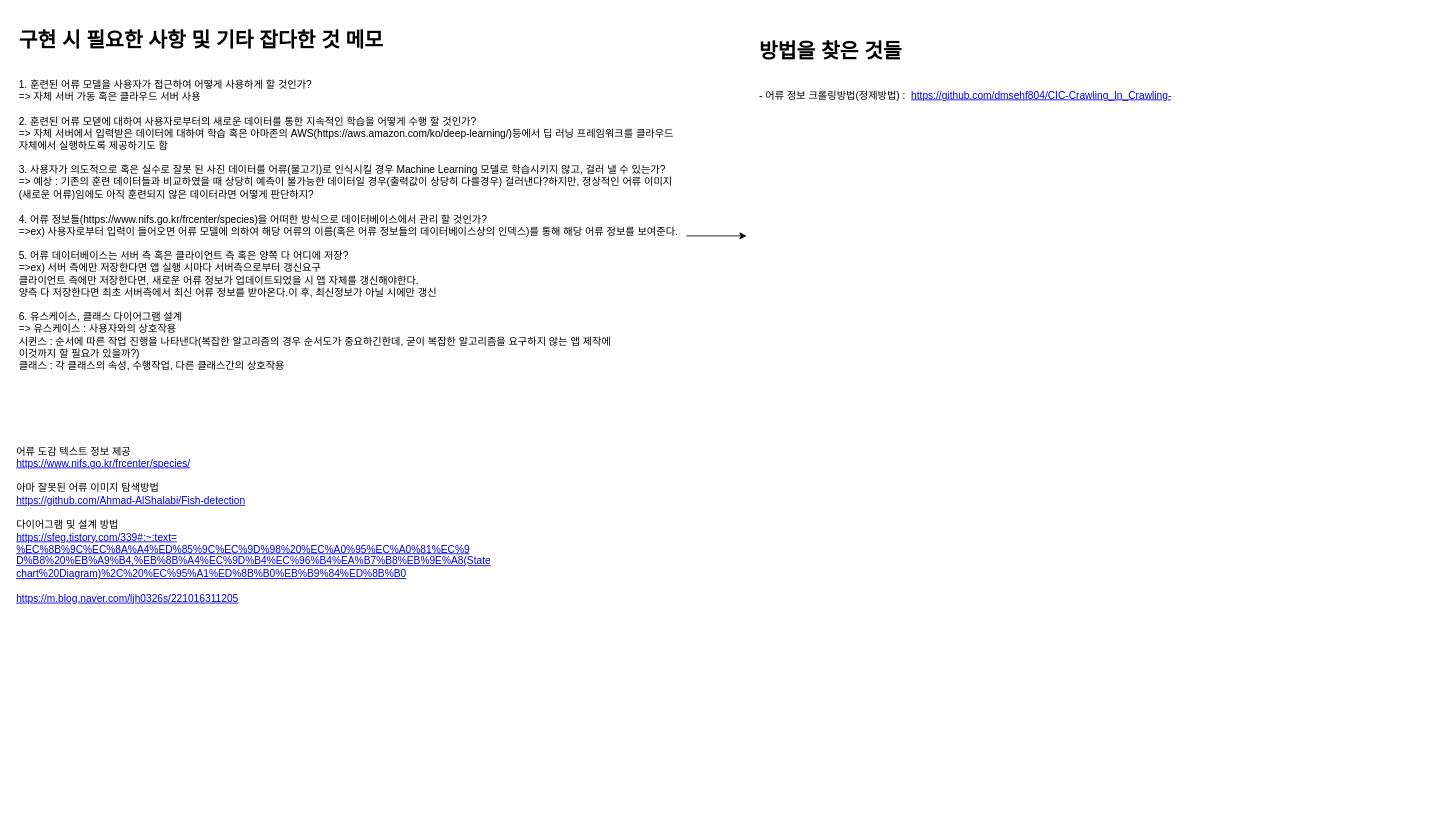
The draw.io diagram page "메모" (1 of 5) of 설계/설계.drawio in 2021-KNU-Capstone-Team1/FishDic, before the edit. Source tidied: cells renumbered, new cells numbered last; positions are measured from the earlier drawing's top-left corner, leaving out a move shared by most shapes. Both pictures are drawn from the tidied source at 85%, with x=0, y=0 at pixel (14, 23).
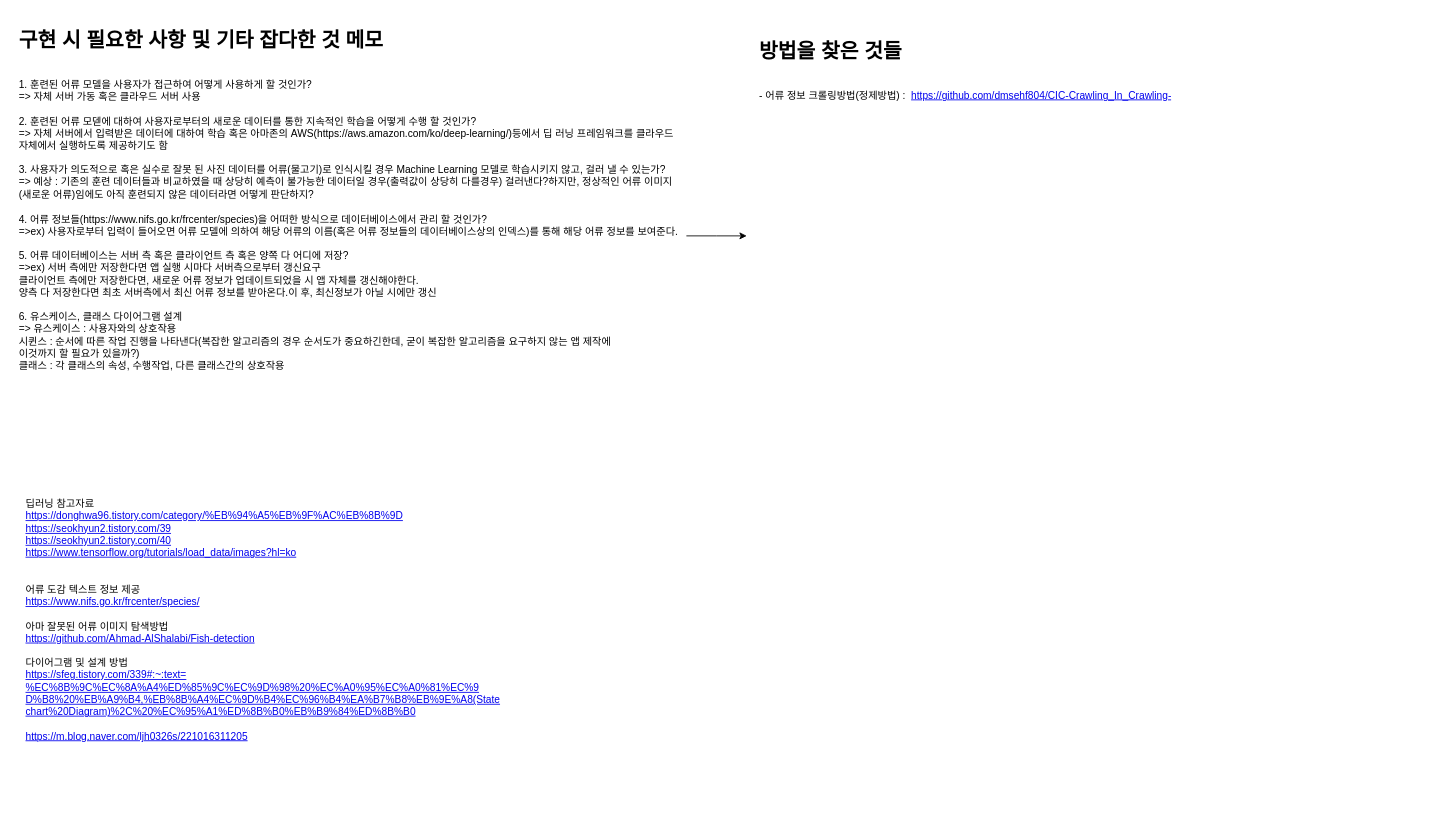
The same page after the edit.

Change to the diagram source:
```diff
@@
 <mxGraphModel>
   <root>
     <mxCell id="0" />
     <mxCell id="1" parent="0" />
     <mxCell id="2" style="edgeStyle=orthogonalEdgeStyle;rounded=0;jettySize=auto;html=1;" parent="1" edge="1" source="3">
       <mxGeometry relative="1" as="geometry">
         <mxPoint x="861" y="250" as="targetPoint" />
       </mxGeometry>
     </mxCell>
     <mxCell id="3" value="&lt;h1&gt;구현 시 필요한 사항 및 기타 잡다한 것 메모&lt;/h1&gt;&lt;div&gt;&lt;br&gt;&lt;/div&gt;&lt;div&gt;1. 훈련된 어류 모델을 사용자가 접근하여 어떻게 사용하게 할 것인가?&lt;/div&gt;&lt;div&gt;=&amp;gt; 자체 서버 가동 혹은 클라우드 서버 사용&lt;/div&gt;&lt;div&gt;&lt;br&gt;&lt;/div&gt;&lt;div&gt;2. 훈련된 어류 모덷에 대하여 사용자로부터의 새로운 데이터를 통한 지속적인 학습을 어떻게 수행 할 것인가?&lt;/div&gt;&lt;div&gt;=&amp;gt; 자체 서버에서 입력받은 데이터에 대하여 학습 혹은 아마존의 AWS(https://aws.amazon.com/ko/deep-learning/)등에서 딥 러닝 프레임워크를 클라우드 자체에서 실행하도록 제공하기도 함&lt;/div&gt;&lt;div&gt;&lt;br&gt;&lt;/div&gt;&lt;div&gt;3. 사용자가 의도적으로 혹은 실수로 잘못 된 사진 데이터를 어류(물고기)로 인식시킬 경우 Machine Learning 모델로 학습시키지 않고, 걸러 낼 수 있는가?&lt;/div&gt;&lt;div&gt;=&amp;gt; 예상 : 기존의 훈련 데이터들과 비교하였을 때 상당히 예측이 불가능한 데이터일 경우(출력값이 상당히 다를경우) 걸러낸다?하지만, 정상적인 어류 이미지(새로운 어류)임에도 아직 훈련되지 않은 데이터라면 어떻게 판단하지?&lt;/div&gt;&lt;div&gt;&lt;br&gt;&lt;/div&gt;&lt;div&gt;4. 어류 정보들(https://www.nifs.go.kr/frcenter/species)을 어떠한 방식으로 데이터베이스에서 관리 할 것인가?&lt;/div&gt;&lt;div&gt;=&amp;gt;ex) 사용자로부터 입력이 들어오면 어류 모델에 의하여 해당 어류의 이름(혹은 어류 정보들의 데이터베이스상의 인덱스)를 통해 해당 어류 정보를 보여준다.&lt;/div&gt;&lt;div&gt;&lt;br&gt;&lt;/div&gt;&lt;div&gt;5. 어류 데이터베이스는 서버 측 혹은 클라이언트 측 혹은 양쪽 다 어디에 저장?&lt;/div&gt;&lt;div&gt;=&amp;gt;ex) 서버 측에만 저장한다면 앱 실행 시마다 서버측으로부터 갱신요구&lt;/div&gt;&lt;div&gt;클라이언트 측에만 저장한다면, 새로운 어류 정보가 업데이트되었을 시 앱 자체를 갱신해야한다.&lt;/div&gt;&lt;div&gt;양측 다 저장한다면 최초 서버측에서 최신 어류 정보를 받아온다.이 후, 최신정보가 아닐 시에만 갱신&lt;/div&gt;&lt;div&gt;&lt;br&gt;&lt;/div&gt;&lt;div&gt;6. 유스케이스, 클래스 다이어그램 설계&lt;/div&gt;&lt;div&gt;=&amp;gt; 유스케이스 : 사용자와의 상호작용&lt;/div&gt;&lt;div&gt;시퀸스 : 순서에 따른 작업 진행을 나타낸다(복잡한 알고리즘의 경우 순서도가 중요하긴한데, 굳이 복잡한 알고리즘을 요구하지 않는 앱 제작에&amp;nbsp;&lt;/div&gt;&lt;div&gt;이것까지 할 필요가 있을까?)&lt;/div&gt;&lt;div&gt;클래스 : 각 클래스의 속성, 수행작업, 다른 클래스간의 상호작용&lt;/div&gt;" style="text;html=1;strokeColor=none;fillColor=none;spacing=5;spacingTop=-20;whiteSpace=wrap;overflow=hidden;rounded=0;align=left;" parent="1" vertex="1">
       <mxGeometry width="790" height="500" as="geometry" />
     </mxCell>
-    <mxCell id="4" value="&lt;span&gt;어류 도감 텍스트 정보 제공&lt;/span&gt;&lt;br&gt;&lt;a href=&quot;https://www.nifs.go.kr/frcenter/species/&quot;&gt;https://www.nifs.go.kr/frcenter/species/&lt;/a&gt;&lt;br&gt;&lt;br&gt;&lt;span&gt;아마 잘못된 어류 이미지 탐색방법&lt;/span&gt;&lt;br&gt;&lt;a href=&quot;https://github.com/Ahmad-AlShalabi/Fish-detection&quot;&gt;https://github.com/Ahmad-AlShalabi/Fish-detection&lt;/a&gt;&lt;br&gt;&lt;br&gt;다이어그램 및 설계 방법&lt;br&gt;&lt;a href=&quot;https://sfeg.tistory.com/339#:~:text=%EC%8B%9C%EC%8A%A4%ED%85%9C%EC%9D%98%20%EC%A0%95%EC%A0%81%EC%9D%B8%20%EB%A9%B4,%EB%8B%A4%EC%9D%B4%EC%96%B4%EA%B7%B8%EB%9E%A8(Statechart%20Diagram)%2C%20%EC%95%A1%ED%8B%B0%EB%B9%84%ED%8B%B0&quot;&gt;https://sfeg.tistory.com/339#:~:text=&lt;br&gt;%EC%8B%9C%EC%8A%A4%ED%85%9C%EC%9D%98%20%EC%A0%95%EC%A0%81%EC%9&lt;br&gt;D%B8%20%EB%A9%B4,%EB%8B%A4%EC%9D%B4%EC%96%B4%EA%B7%B8%EB%9E%A8(State&lt;br&gt;chart%20Diagram)%2C%20%EC%95%A1%ED%8B%B0%EB%B9%84%ED%8B%B0&lt;/a&gt;&lt;br&gt;&lt;br&gt;&lt;a href=&quot;https://m.blog.naver.com/ljh0326s/221016311205&quot;&gt;https://m.blog.naver.com/ljh0326s/221016311205&lt;/a&gt;" style="text;html=1;strokeColor=none;fillColor=none;align=left;verticalAlign=middle;whiteSpace=wrap;rounded=0;" parent="1" vertex="1">
-      <mxGeometry y="480" width="681" height="220" as="geometry" />
+    <mxCell id="4" value="&lt;span&gt;&lt;br&gt;딥러닝 참고자료&lt;br&gt;&lt;a href=&quot;https://donghwa96.tistory.com/category/%EB%94%A5%EB%9F%AC%EB%8B%9D&quot;&gt;https://donghwa96.tistory.com/category/%EB%94%A5%EB%9F%AC%EB%8B%9D&lt;/a&gt;&lt;br&gt;&lt;a href=&quot;https://seokhyun2.tistory.com/39&quot;&gt;https://seokhyun2.tistory.com/39&lt;/a&gt;&lt;br&gt;&lt;a href=&quot;https://seokhyun2.tistory.com/40&quot;&gt;https://seokhyun2.tistory.com/40&lt;/a&gt;&lt;br&gt;&lt;a href=&quot;https://www.tensorflow.org/tutorials/load_data/images?hl=ko&quot;&gt;https://www.tensorflow.org/tutorials/load_data/images?hl=ko&lt;/a&gt;&lt;br&gt;&lt;br&gt;&lt;br&gt;어류 도감 텍스트 정보 제공&lt;/span&gt;&lt;br&gt;&lt;a href=&quot;https://www.nifs.go.kr/frcenter/species/&quot;&gt;https://www.nifs.go.kr/frcenter/species/&lt;/a&gt;&lt;br&gt;&lt;br&gt;&lt;span&gt;아마 잘못된 어류 이미지 탐색방법&lt;/span&gt;&lt;br&gt;&lt;a href=&quot;https://github.com/Ahmad-AlShalabi/Fish-detection&quot;&gt;https://github.com/Ahmad-AlShalabi/Fish-detection&lt;/a&gt;&lt;br&gt;&lt;br&gt;다이어그램 및 설계 방법&lt;br&gt;&lt;a href=&quot;https://sfeg.tistory.com/339#:~:text=%EC%8B%9C%EC%8A%A4%ED%85%9C%EC%9D%98%20%EC%A0%95%EC%A0%81%EC%9D%B8%20%EB%A9%B4,%EB%8B%A4%EC%9D%B4%EC%96%B4%EA%B7%B8%EB%9E%A8(Statechart%20Diagram)%2C%20%EC%95%A1%ED%8B%B0%EB%B9%84%ED%8B%B0&quot;&gt;https://sfeg.tistory.com/339#:~:text=&lt;br&gt;%EC%8B%9C%EC%8A%A4%ED%85%9C%EC%9D%98%20%EC%A0%95%EC%A0%81%EC%9&lt;br&gt;D%B8%20%EB%A9%B4,%EB%8B%A4%EC%9D%B4%EC%96%B4%EA%B7%B8%EB%9E%A8(State&lt;br&gt;chart%20Diagram)%2C%20%EC%95%A1%ED%8B%B0%EB%B9%84%ED%8B%B0&lt;/a&gt;&lt;br&gt;&lt;br&gt;&lt;a href=&quot;https://m.blog.naver.com/ljh0326s/221016311205&quot;&gt;https://m.blog.naver.com/ljh0326s/221016311205&lt;/a&gt;" style="text;html=1;strokeColor=none;fillColor=none;align=left;verticalAlign=middle;whiteSpace=wrap;rounded=0;" parent="1" vertex="1">
+      <mxGeometry x="11" y="470" width="681" height="450" as="geometry" />
     </mxCell>
     <mxCell id="5" value="&lt;h1&gt;방법을 찾은 것들&lt;/h1&gt;&lt;div&gt;&lt;br&gt;&lt;/div&gt;&lt;div&gt;- 어류 정보 크롤링방법(정제방법) :&amp;nbsp; &lt;a href=&quot;https://github.com/dmsehf804/CIC-Crawling_In_Crawling-&quot;&gt;https://github.com/dmsehf804/CIC-Crawling_In_Crawling-&lt;/a&gt;&lt;/div&gt;&lt;div&gt;&lt;/div&gt;" style="text;html=1;strokeColor=none;fillColor=none;spacing=5;spacingTop=-20;whiteSpace=wrap;overflow=hidden;rounded=0;align=left;" parent="1" vertex="1">
       <mxGeometry x="871" y="13" width="790" height="500" as="geometry" />
     </mxCell>
   </root>
 </mxGraphModel>
```
